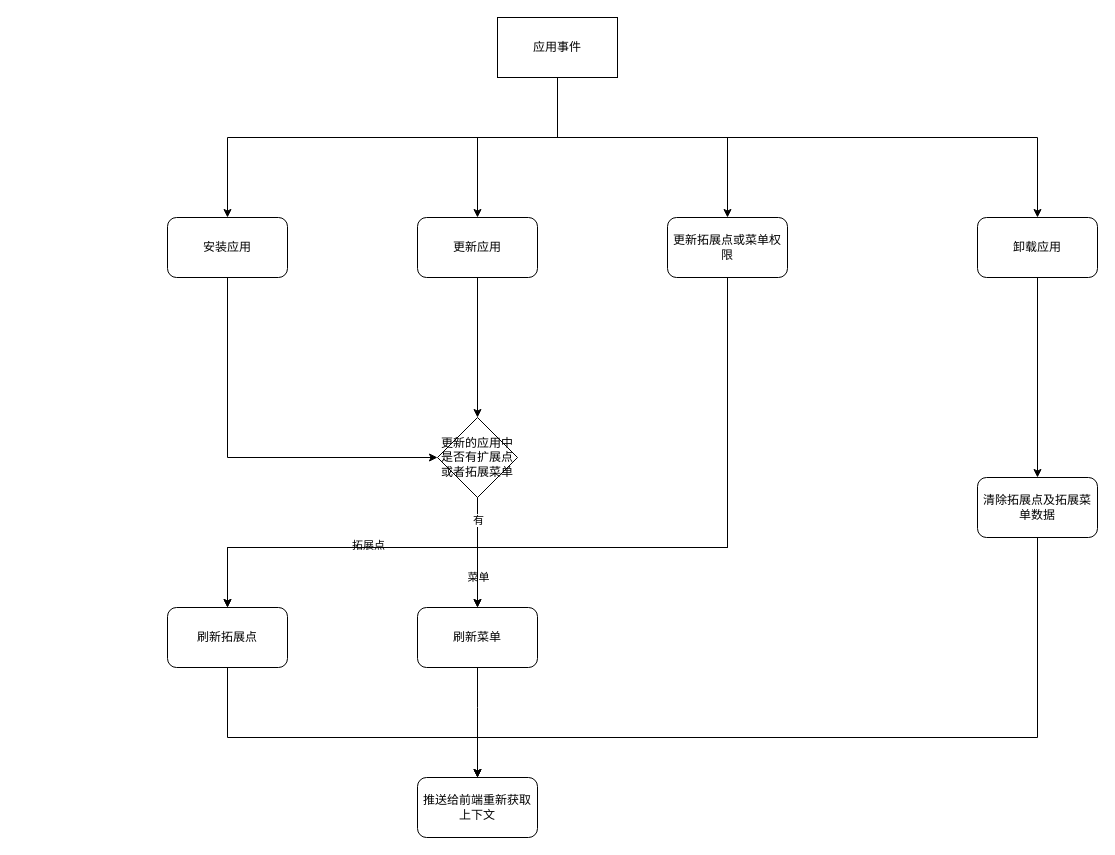
Before: Untitled Diagram.drawio in langlanglanglanglang/diagrams, a draw.io diagram. Source tidied: cells renumbered, new cells numbered last; positions are measured from the earlier drawing's top-left corner, leaving out a move shared by most shapes. Both pictures are drawn from the tidied source at 100%, with x=0, y=0 at pixel (167, 17).
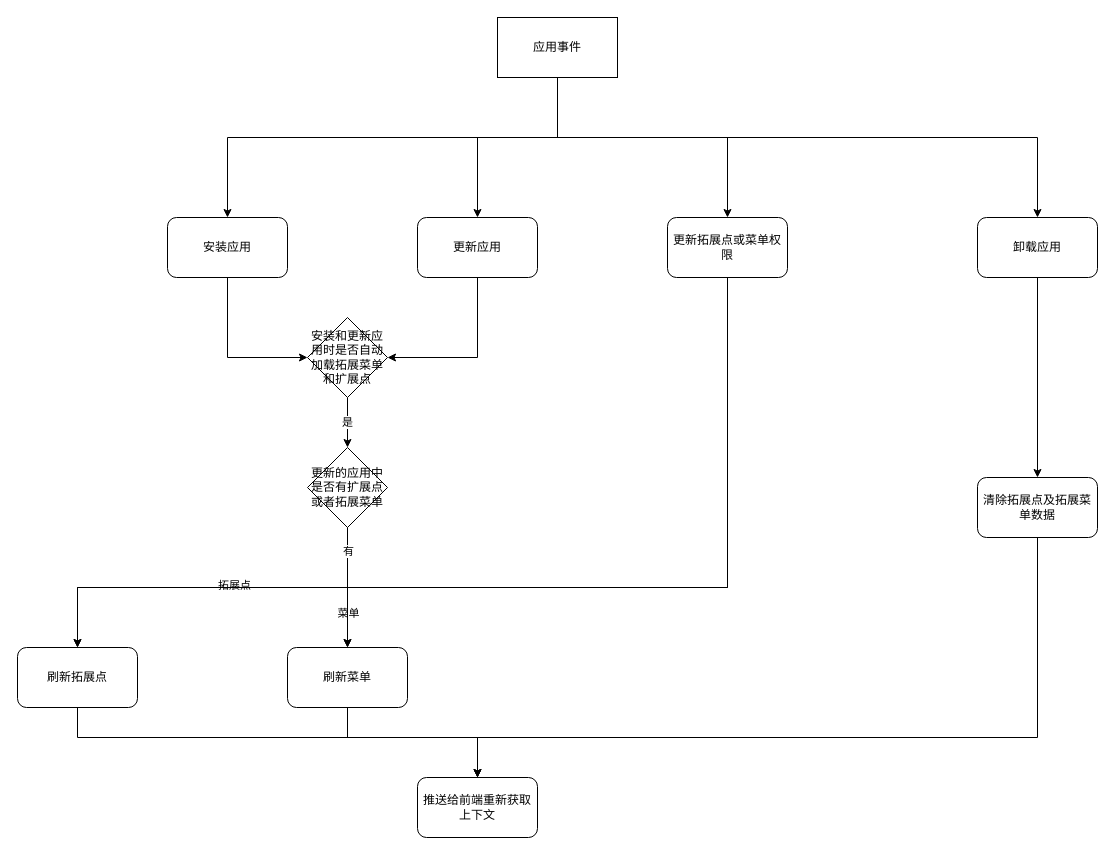
Above is the later version.

Unchanged cells that the change refers to:
```xml
<mxCell id="3" value="安装应用" style="rounded=1;whiteSpace=wrap;html=1;" parent="1" vertex="1">
  <mxGeometry y="200" width="120" height="60" as="geometry" />
</mxCell>
<mxCell id="19" value="推送给前端重新获取上下文" style="rounded=1;whiteSpace=wrap;html=1;" parent="1" vertex="1">
  <mxGeometry x="250" y="760" width="120" height="60" as="geometry" />
</mxCell>
<mxCell id="21" value="更新应用" style="rounded=1;whiteSpace=wrap;html=1;" parent="1" vertex="1">
  <mxGeometry x="250" y="200" width="120" height="60" as="geometry" />
</mxCell>
<mxCell id="28" value="更新拓展点或菜单权限" style="rounded=1;whiteSpace=wrap;html=1;" parent="1" vertex="1">
  <mxGeometry x="500" y="200" width="120" height="60" as="geometry" />
</mxCell>
```

What changed in the source:
```diff
@@
-    <mxCell id="2" style="edgeStyle=orthogonalEdgeStyle;rounded=0;jettySize=auto;html=1;" parent="1" edge="1" source="3" target="9">
+    <mxCell id="2" style="edgeStyle=orthogonalEdgeStyle;rounded=0;jettySize=auto;html=1;entryX=0;entryY=0.5;entryDx=0;entryDy=0;" parent="1" edge="1" source="3" target="30">
       <mxGeometry relative="1" as="geometry">
         <Array as="points">
-          <mxPoint x="60" y="440" />
+          <mxPoint x="60" y="340" />
         </Array>
       </mxGeometry>
     </mxCell>
@@
     <mxCell id="4" style="edgeStyle=orthogonalEdgeStyle;rounded=0;jettySize=auto;html=1;entryX=0.5;entryY=0;entryDx=0;entryDy=0;" parent="1" edge="1" source="9" target="16">
       <mxGeometry relative="1" as="geometry">
         <Array as="points">
-          <mxPoint x="310" y="530" />
-          <mxPoint x="60" y="530" />
+          <mxPoint x="180" y="570" />
+          <mxPoint x="-90" y="570" />
         </Array>
       </mxGeometry>
     </mxCell>
@@
     <mxCell id="6" style="edgeStyle=orthogonalEdgeStyle;rounded=0;jettySize=auto;html=1;" parent="1" edge="1" source="9" target="18">
       <mxGeometry relative="1" as="geometry">
         <Array as="points">
-          <mxPoint x="320" y="620" />
+          <mxPoint x="180" y="570" />
+          <mxPoint x="180" y="570" />
         </Array>
       </mxGeometry>
     </mxCell>
@@
     <mxCell id="9" value="更新的应用中是否有扩展点或者拓展菜单" style="rhombus;whiteSpace=wrap;html=1;" parent="1" vertex="1">
-      <mxGeometry x="270" y="400" width="80" height="80" as="geometry" />
+      <mxGeometry x="140" y="430" width="80" height="80" as="geometry" />
     </mxCell>
@@
     <mxCell id="15" style="edgeStyle=orthogonalEdgeStyle;rounded=0;jettySize=auto;html=1;" parent="1" edge="1" source="16" target="19">
       <mxGeometry relative="1" as="geometry">
         <Array as="points">
-          <mxPoint x="60" y="720" />
+          <mxPoint x="-90" y="720" />
           <mxPoint x="310" y="720" />
         </Array>
       </mxGeometry>
     </mxCell>
     <mxCell id="16" value="刷新拓展点" style="rounded=1;whiteSpace=wrap;html=1;" parent="1" vertex="1">
-      <mxGeometry y="590" width="120" height="60" as="geometry" />
+      <mxGeometry x="-150" y="630" width="120" height="60" as="geometry" />
     </mxCell>
     <mxCell id="17" style="edgeStyle=orthogonalEdgeStyle;rounded=0;jettySize=auto;html=1;" parent="1" edge="1" source="18" target="19">
       <mxGeometry relative="1" as="geometry">
         <Array as="points">
-          <mxPoint x="310" y="690" />
-          <mxPoint x="310" y="690" />
+          <mxPoint x="180" y="720" />
+          <mxPoint x="310" y="720" />
         </Array>
       </mxGeometry>
     </mxCell>
     <mxCell id="18" value="刷新菜单" style="rounded=1;whiteSpace=wrap;html=1;" parent="1" vertex="1">
-      <mxGeometry x="250" y="590" width="120" height="60" as="geometry" />
+      <mxGeometry x="120" y="630" width="120" height="60" as="geometry" />
     </mxCell>
@@
-    <mxCell id="20" style="edgeStyle=orthogonalEdgeStyle;rounded=0;jettySize=auto;html=1;entryX=0.5;entryY=0;entryDx=0;entryDy=0;" parent="1" edge="1" source="21" target="9">
+    <mxCell id="20" style="edgeStyle=orthogonalEdgeStyle;rounded=0;jettySize=auto;html=1;entryX=1;entryY=0.5;entryDx=0;entryDy=0;" parent="1" edge="1" source="21" target="30">
       <mxGeometry relative="1" as="geometry">
         <Array as="points">
-          <mxPoint x="310" y="400" />
+          <mxPoint x="310" y="340" />
         </Array>
       </mxGeometry>
     </mxCell>
@@
     <mxCell id="26" style="edgeStyle=orthogonalEdgeStyle;rounded=0;jettySize=auto;html=1;entryX=0.5;entryY=0;entryDx=0;entryDy=0;" parent="1" edge="1" source="28" target="18">
       <mxGeometry relative="1" as="geometry">
         <Array as="points">
-          <mxPoint x="560" y="530" />
-          <mxPoint x="310" y="530" />
+          <mxPoint x="560" y="570" />
+          <mxPoint x="180" y="570" />
         </Array>
       </mxGeometry>
     </mxCell>
     <mxCell id="27" style="edgeStyle=orthogonalEdgeStyle;rounded=0;jettySize=auto;html=1;" parent="1" edge="1" source="28" target="16">
       <mxGeometry relative="1" as="geometry">
         <Array as="points">
-          <mxPoint x="560" y="530" />
-          <mxPoint x="60" y="530" />
+          <mxPoint x="560" y="570" />
+          <mxPoint x="-90" y="570" />
         </Array>
       </mxGeometry>
     </mxCell>
@@
+    <mxCell id="29" value="是" style="edgeStyle=orthogonalEdgeStyle;rounded=0;jettySize=auto;html=1;" parent="1" edge="1" source="30" target="9">
+      <mxGeometry relative="1" as="geometry">
+        <Array as="points">
+          <mxPoint x="180" y="400" />
+          <mxPoint x="180" y="400" />
+        </Array>
+      </mxGeometry>
+    </mxCell>
+    <mxCell id="30" value="安装和更新应用时是否自动加载拓展菜单和扩展点" style="rhombus;whiteSpace=wrap;html=1;" parent="1" vertex="1">
+      <mxGeometry x="140" y="300" width="80" height="80" as="geometry" />
+    </mxCell>
```
